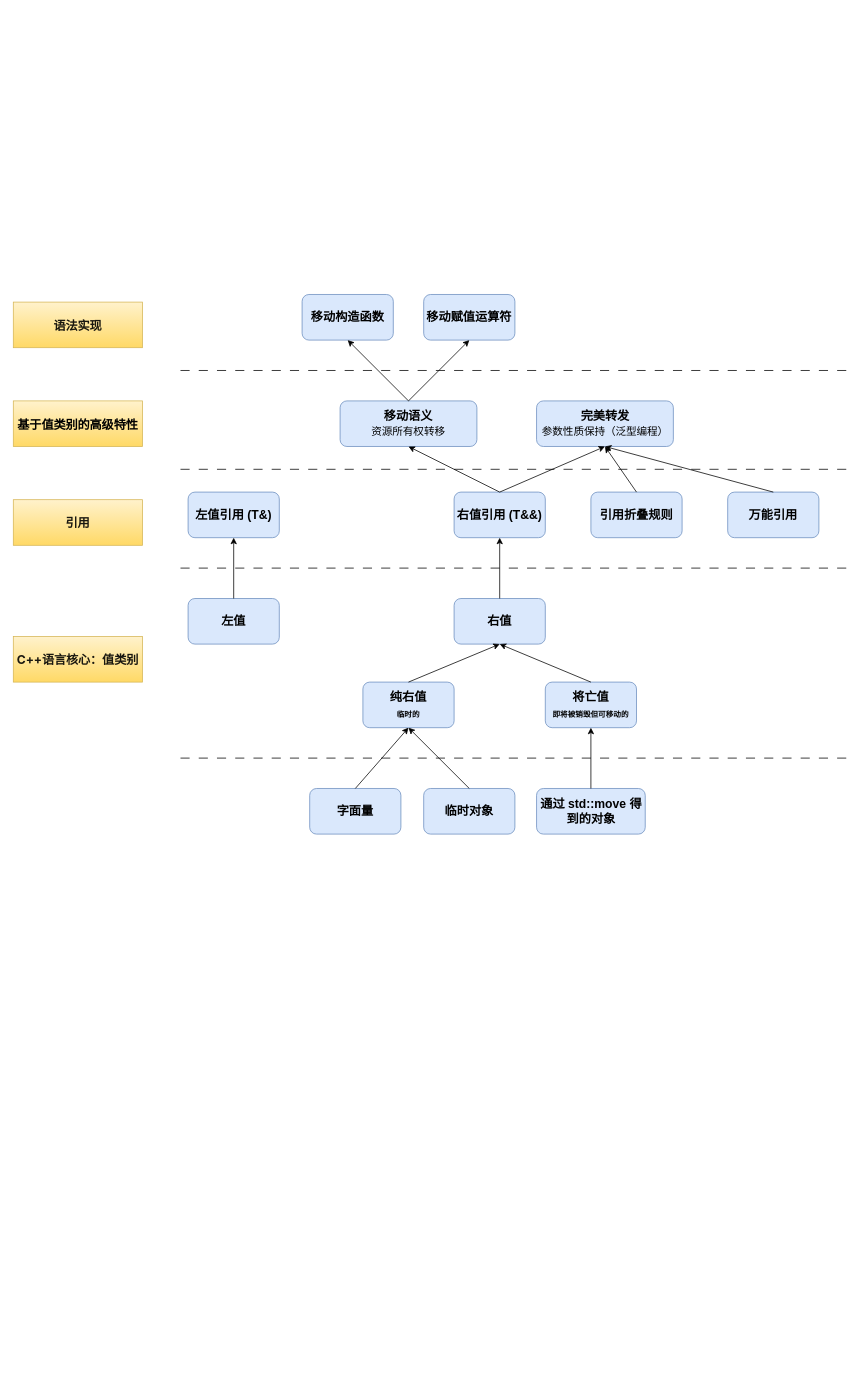
Above: C++原理.drawio in wangxiaokun/mypic (draw.io), before the change. Source tidied: cells renumbered, new cells numbered last; positions are measured from the earlier drawing's top-left corner, leaving out a move shared by most shapes. Both pictures are drawn from the tidied source at 76%, with x=0, y=0 at pixel (13, 294).
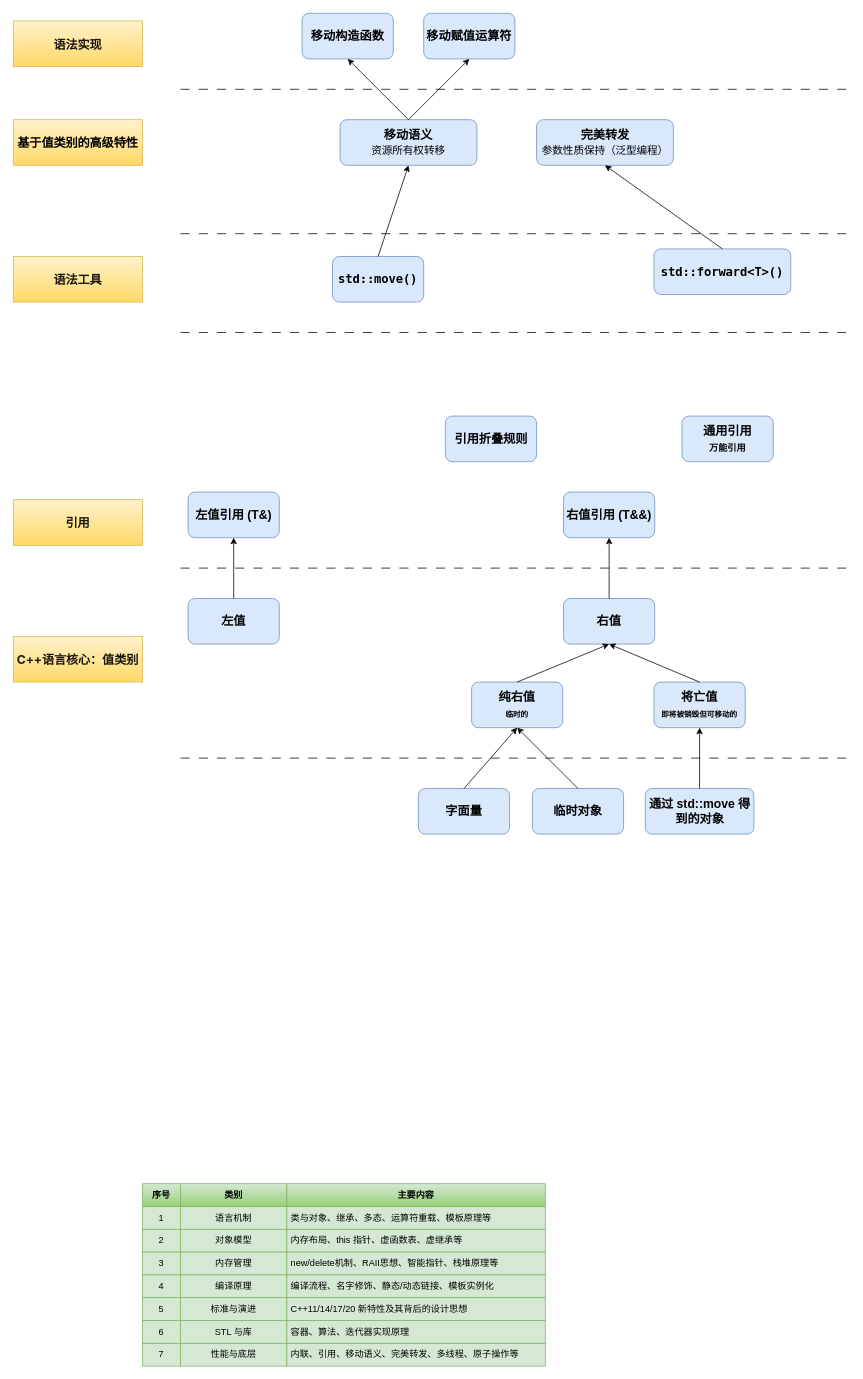
The same diagram, later.

Change to the diagram source:
```diff
@@
     <mxCell id="3" value="右值" style="rounded=1;whiteSpace=wrap;html=1;fillColor=#dae8fc;strokeColor=#6c8ebf;fontSize=16;fontStyle=1;" parent="1" vertex="1">
-      <mxGeometry x="580" y="400" width="120" height="60" as="geometry" />
+      <mxGeometry x="724" y="400" width="120" height="60" as="geometry" />
     </mxCell>
     <mxCell id="4" value="将亡值&lt;div&gt;&lt;font style=&quot;font-size: 10px;&quot;&gt;即将被销毁但可移动的&lt;/font&gt;&lt;/div&gt;" style="rounded=1;whiteSpace=wrap;html=1;fillColor=#dae8fc;strokeColor=#6c8ebf;fontSize=16;fontStyle=1;" parent="1" vertex="1">
-      <mxGeometry x="700" y="510" width="120" height="60" as="geometry" />
+      <mxGeometry x="843" y="510" width="120" height="60" as="geometry" />
     </mxCell>
     <mxCell id="5" value="纯右值&lt;br&gt;&lt;font style=&quot;font-size: 10px;&quot;&gt;临时的&lt;/font&gt;" style="rounded=1;whiteSpace=wrap;html=1;fillColor=#dae8fc;strokeColor=#6c8ebf;fontSize=16;fontStyle=1;" parent="1" vertex="1">
-      <mxGeometry x="460" y="510" width="120" height="60" as="geometry" />
+      <mxGeometry x="603" y="510" width="120" height="60" as="geometry" />
     </mxCell>
@@
     <mxCell id="9" value="右值引用 (T&amp;amp;&amp;amp;)" style="rounded=1;whiteSpace=wrap;html=1;fillColor=#dae8fc;strokeColor=#6c8ebf;fontSize=16;fontStyle=1;" parent="1" vertex="1">
-      <mxGeometry x="580" y="260" width="120" height="60" as="geometry" />
+      <mxGeometry x="724" y="260" width="120" height="60" as="geometry" />
     </mxCell>
     <mxCell id="10" value="完美转发&lt;br&gt;&lt;span style=&quot;font-family: ui-monospace, SFMono-Regular, &amp;quot;SF Mono&amp;quot;, Menlo, Consolas, &amp;quot;Liberation Mono&amp;quot;, monospace; font-size: 14px; font-weight: 400; letter-spacing: -0.16px; text-align: left; white-space: pre;&quot;&gt;参数性质保持（&lt;/span&gt;&lt;span style=&quot;font-family: ui-monospace, SFMono-Regular, &amp;quot;SF Mono&amp;quot;, Menlo, Consolas, &amp;quot;Liberation Mono&amp;quot;, monospace; font-size: 14px; font-weight: 400; letter-spacing: -0.16px; text-align: left; white-space: pre;&quot;&gt;泛型编程&lt;/span&gt;&lt;span style=&quot;font-family: ui-monospace, SFMono-Regular, &amp;quot;SF Mono&amp;quot;, Menlo, Consolas, &amp;quot;Liberation Mono&amp;quot;, monospace; font-size: 14px; font-weight: 400; letter-spacing: -0.16px; text-align: left; white-space: pre;&quot;&gt;）&lt;/span&gt;" style="rounded=1;whiteSpace=wrap;html=1;fillColor=#dae8fc;strokeColor=#6c8ebf;fontSize=16;fontStyle=1;" parent="1" vertex="1">
-      <mxGeometry x="688.5" y="140" width="180" height="60" as="geometry" />
+      <mxGeometry x="688.5" y="-230" width="180" height="60" as="geometry" />
     </mxCell>
     <mxCell id="11" value="移动语义&lt;br&gt;&lt;span style=&quot;font-family: ui-monospace, SFMono-Regular, &amp;quot;SF Mono&amp;quot;, Menlo, Consolas, &amp;quot;Liberation Mono&amp;quot;, monospace; font-size: 14px; font-weight: 400; letter-spacing: -0.16px; text-align: left; white-space: pre;&quot;&gt;资源所有权转移&lt;/span&gt;" style="rounded=1;whiteSpace=wrap;html=1;fillColor=#dae8fc;strokeColor=#6c8ebf;fontSize=16;fontStyle=1;" parent="1" vertex="1">
-      <mxGeometry x="430" y="140" width="180" height="60" as="geometry" />
+      <mxGeometry x="430" y="-230" width="180" height="60" as="geometry" />
     </mxCell>
     <mxCell id="12" value="临时对象" style="rounded=1;whiteSpace=wrap;html=1;fillColor=#dae8fc;strokeColor=#6c8ebf;fontSize=16;fontStyle=1;" parent="1" vertex="1">
-      <mxGeometry x="540" y="650" width="120" height="60" as="geometry" />
+      <mxGeometry x="683" y="650" width="120" height="60" as="geometry" />
     </mxCell>
     <mxCell id="13" value="字面量" style="rounded=1;whiteSpace=wrap;html=1;fillColor=#dae8fc;strokeColor=#6c8ebf;fontSize=16;fontStyle=1;" parent="1" vertex="1">
-      <mxGeometry x="390" y="650" width="120" height="60" as="geometry" />
+      <mxGeometry x="533" y="650" width="120" height="60" as="geometry" />
     </mxCell>
@@
-    <mxCell id="17" style="endArrow=classic;html=1;rounded=0;entryX=0.5;entryY=1;entryDx=0;entryDy=0;exitX=0.5;exitY=0;exitDx=0;exitDy=0;" parent="1" edge="1" source="9" target="11">
-      <mxGeometry relative="1" as="geometry" />
-    </mxCell>
-    <mxCell id="18" style="endArrow=classic;html=1;rounded=0;entryX=0.5;entryY=1;entryDx=0;entryDy=0;exitX=0.5;exitY=0;exitDx=0;exitDy=0;" parent="1" edge="1" source="9" target="10">
-      <mxGeometry relative="1" as="geometry" />
-    </mxCell>
     <mxCell id="19" style="endArrow=none;html=1;rounded=0;dashed=1;dashPattern=12 12;" parent="1" edge="1">
       <mxGeometry relative="1" as="geometry">
-        <mxPoint x="220" y="230" as="sourcePoint" />
-        <mxPoint x="1100" y="230" as="targetPoint" />
+        <mxPoint x="220" y="50" as="sourcePoint" />
+        <mxPoint x="1100" y="50" as="targetPoint" />
       </mxGeometry>
     </mxCell>
@@
     <mxCell id="22" style="endArrow=none;html=1;rounded=0;dashed=1;dashPattern=12 12;" parent="1" edge="1">
       <mxGeometry relative="1" as="geometry">
-        <mxPoint x="220" y="100" as="sourcePoint" />
-        <mxPoint x="1100" y="100" as="targetPoint" />
+        <mxPoint x="220" y="-270" as="sourcePoint" />
+        <mxPoint x="1100" y="-270" as="targetPoint" />
       </mxGeometry>
     </mxCell>
     <mxCell id="23" value="移动构造函数" style="rounded=1;whiteSpace=wrap;html=1;fillColor=#dae8fc;strokeColor=#6c8ebf;fontSize=16;fontStyle=1;" parent="1" vertex="1">
-      <mxGeometry x="380" width="120" height="60" as="geometry" />
+      <mxGeometry x="380" y="-370" width="120" height="60" as="geometry" />
     </mxCell>
     <mxCell id="24" value="移动赋值运算符" style="rounded=1;whiteSpace=wrap;html=1;fillColor=#dae8fc;strokeColor=#6c8ebf;fontSize=16;fontStyle=1;" parent="1" vertex="1">
-      <mxGeometry x="540" width="120" height="60" as="geometry" />
+      <mxGeometry x="540" y="-370" width="120" height="60" as="geometry" />
     </mxCell>
@@
     <mxCell id="27" value="&lt;h3 style=&quot;border: 0px; font-variant-numeric: inherit; font-variant-east-asian: inherit; font-variant-alternates: inherit; font-variant-position: inherit; font-variant-emoji: inherit; font-stretch: inherit; font-size: 16px; line-height: 1.25; font-family: &amp;quot;PingFang SC&amp;quot;, -apple-system, &amp;quot;system-ui&amp;quot;, &amp;quot;Segoe UI&amp;quot;, Roboto, Ubuntu, &amp;quot;Helvetica Neue&amp;quot;, Helvetica, Arial, &amp;quot;Hiragino Sans GB&amp;quot;, &amp;quot;Microsoft YaHei UI&amp;quot;, &amp;quot;Microsoft YaHei&amp;quot;, &amp;quot;Source Han Sans CN&amp;quot;, sans-serif; font-optical-sizing: inherit; font-size-adjust: inherit; font-kerning: inherit; font-feature-settings: inherit; font-variation-settings: inherit; margin: 16px 0px; padding: 0px; vertical-align: baseline; color: rgba(0, 0, 0, 0.9); letter-spacing: -0.16px; text-align: start;&quot;&gt;&lt;span style=&quot;color: rgb(0, 0, 0); letter-spacing: -0.16px;&quot;&gt;基于值类别的高级特性&lt;/span&gt;&lt;/h3&gt;" style="text;html=1;align=center;verticalAlign=middle;whiteSpace=wrap;rounded=0;fillColor=#fff2cc;strokeColor=#d6b656;fontStyle=1;gradientColor=#ffd966;" parent="1" vertex="1">
-      <mxGeometry y="140" width="170" height="60" as="geometry" />
+      <mxGeometry y="-230" width="170" height="60" as="geometry" />
     </mxCell>
     <mxCell id="28" value="&lt;h3 style=&quot;border: 0px; font-variant-numeric: inherit; font-variant-east-asian: inherit; font-variant-alternates: inherit; font-variant-position: inherit; font-variant-emoji: inherit; font-stretch: inherit; font-size: 16px; line-height: 1.25; font-family: &amp;quot;PingFang SC&amp;quot;, -apple-system, &amp;quot;system-ui&amp;quot;, &amp;quot;Segoe UI&amp;quot;, Roboto, Ubuntu, &amp;quot;Helvetica Neue&amp;quot;, Helvetica, Arial, &amp;quot;Hiragino Sans GB&amp;quot;, &amp;quot;Microsoft YaHei UI&amp;quot;, &amp;quot;Microsoft YaHei&amp;quot;, &amp;quot;Source Han Sans CN&amp;quot;, sans-serif; font-optical-sizing: inherit; font-size-adjust: inherit; font-kerning: inherit; font-feature-settings: inherit; font-variation-settings: inherit; margin: 16px 0px; padding: 0px; vertical-align: baseline; color: rgba(0, 0, 0, 0.9); letter-spacing: -0.16px; text-align: start;&quot;&gt;&lt;span&gt;语法实现&lt;/span&gt;&lt;/h3&gt;" style="text;html=1;align=center;verticalAlign=middle;whiteSpace=wrap;rounded=0;fillColor=#fff2cc;strokeColor=#d6b656;gradientColor=#ffd966;" parent="1" vertex="1">
-      <mxGeometry y="10" width="170" height="60" as="geometry" />
+      <mxGeometry y="-360" width="170" height="60" as="geometry" />
     </mxCell>
     <mxCell id="29" value="引用折叠规则" style="rounded=1;whiteSpace=wrap;html=1;fillColor=#dae8fc;strokeColor=#6c8ebf;fontSize=16;fontStyle=1;" parent="1" vertex="1">
-      <mxGeometry x="760" y="260" width="120" height="60" as="geometry" />
+      <mxGeometry x="568.5" y="160" width="120" height="60" as="geometry" />
     </mxCell>
-    <mxCell id="30" value="万能引用" style="rounded=1;whiteSpace=wrap;html=1;fillColor=#dae8fc;strokeColor=#6c8ebf;fontSize=16;fontStyle=1;" parent="1" vertex="1">
-      <mxGeometry x="940" y="260" width="120" height="60" as="geometry" />
+    <mxCell id="30" value="通用引用&lt;br&gt;&lt;font style=&quot;font-size: 12px;&quot;&gt;万能引用&lt;/font&gt;" style="rounded=1;whiteSpace=wrap;html=1;fillColor=#dae8fc;strokeColor=#6c8ebf;fontSize=16;fontStyle=1;" parent="1" vertex="1">
+      <mxGeometry x="880" y="160" width="120" height="60" as="geometry" />
     </mxCell>
-    <mxCell id="31" style="endArrow=classic;html=1;rounded=0;entryX=0.5;entryY=1;entryDx=0;entryDy=0;exitX=0.5;exitY=0;exitDx=0;exitDy=0;" parent="1" edge="1" source="29" target="10">
-      <mxGeometry relative="1" as="geometry" />
-    </mxCell>
-    <mxCell id="32" style="endArrow=classic;html=1;rounded=0;entryX=0.5;entryY=1;entryDx=0;entryDy=0;exitX=0.5;exitY=0;exitDx=0;exitDy=0;" parent="1" edge="1" source="30" target="10">
-      <mxGeometry relative="1" as="geometry" />
-    </mxCell>
@@
     <mxCell id="36" value="通过 std::move 得到的对象" style="rounded=1;whiteSpace=wrap;html=1;fillColor=#dae8fc;strokeColor=#6c8ebf;fontSize=16;fontStyle=1;" parent="1" vertex="1">
-      <mxGeometry x="688.5" y="650" width="143" height="60" as="geometry" />
+      <mxGeometry x="831.5" y="650" width="143" height="60" as="geometry" />
     </mxCell>
@@
+    <mxCell id="38" style="endArrow=none;html=1;rounded=0;dashed=1;dashPattern=12 12;" parent="1" edge="1">
+      <mxGeometry relative="1" as="geometry">
+        <mxPoint x="220" y="-80" as="sourcePoint" />
+        <mxPoint x="1100" y="-80" as="targetPoint" />
+      </mxGeometry>
+    </mxCell>
+    <mxCell id="39" value="&lt;h3 style=&quot;border: 0px; font-variant-numeric: inherit; font-variant-east-asian: inherit; font-variant-alternates: inherit; font-variant-position: inherit; font-variant-emoji: inherit; font-stretch: inherit; font-size: 16px; line-height: 1.25; font-family: &amp;quot;PingFang SC&amp;quot;, -apple-system, &amp;quot;system-ui&amp;quot;, &amp;quot;Segoe UI&amp;quot;, Roboto, Ubuntu, &amp;quot;Helvetica Neue&amp;quot;, Helvetica, Arial, &amp;quot;Hiragino Sans GB&amp;quot;, &amp;quot;Microsoft YaHei UI&amp;quot;, &amp;quot;Microsoft YaHei&amp;quot;, &amp;quot;Source Han Sans CN&amp;quot;, sans-serif; font-optical-sizing: inherit; font-size-adjust: inherit; font-kerning: inherit; font-feature-settings: inherit; font-variation-settings: inherit; margin: 16px 0px; padding: 0px; vertical-align: baseline; letter-spacing: -0.16px; text-align: start; color: rgba(0, 0, 0, 0.9);&quot;&gt;语法工具&lt;/h3&gt;" style="text;html=1;align=center;verticalAlign=middle;whiteSpace=wrap;rounded=0;fillColor=#fff2cc;strokeColor=#d6b656;fontStyle=1;gradientColor=#ffd966;" parent="1" vertex="1">
+      <mxGeometry y="-50" width="170" height="60" as="geometry" />
+    </mxCell>
+    <mxCell id="40" value="&lt;span style=&quot;font-family: ui-monospace, SFMono-Regular, &amp;quot;SF Mono&amp;quot;, Menlo, Consolas, &amp;quot;Liberation Mono&amp;quot;, monospace; letter-spacing: -0.16px; text-align: left; white-space-collapse: break-spaces;&quot;&gt;&lt;font&gt;std::move()&lt;/font&gt;&lt;/span&gt;" style="rounded=1;whiteSpace=wrap;html=1;fillColor=#dae8fc;strokeColor=#6c8ebf;fontSize=16;fontStyle=1;" parent="1" vertex="1">
+      <mxGeometry x="420" y="-50" width="120" height="60" as="geometry" />
+    </mxCell>
+    <mxCell id="41" value="&lt;span style=&quot;font-family: ui-monospace, SFMono-Regular, &amp;quot;SF Mono&amp;quot;, Menlo, Consolas, &amp;quot;Liberation Mono&amp;quot;, monospace; letter-spacing: -0.16px; text-align: left; white-space-collapse: break-spaces;&quot;&gt;&lt;font&gt;std::forward&amp;lt;T&amp;gt;()&lt;/font&gt;&lt;/span&gt;" style="rounded=1;whiteSpace=wrap;html=1;fillColor=#dae8fc;strokeColor=#6c8ebf;fontSize=16;fontStyle=1;" parent="1" vertex="1">
+      <mxGeometry x="843" y="-60" width="180" height="60" as="geometry" />
+    </mxCell>
+    <mxCell id="42" style="endArrow=classic;html=1;rounded=0;entryX=0.5;entryY=1;entryDx=0;entryDy=0;exitX=0.5;exitY=0;exitDx=0;exitDy=0;" parent="1" edge="1" source="41" target="10">
+      <mxGeometry relative="1" as="geometry" />
+    </mxCell>
+    <mxCell id="43" style="endArrow=classic;html=1;rounded=0;entryX=0.5;entryY=1;entryDx=0;entryDy=0;exitX=0.5;exitY=0;exitDx=0;exitDy=0;" parent="1" edge="1" source="40" target="11">
+      <mxGeometry relative="1" as="geometry" />
+    </mxCell>
+    <mxCell id="44" value="语言机制" style="rounded=0;whiteSpace=wrap;html=1;fillColor=#d5e8d4;strokeColor=#82b366;" parent="1" vertex="1">
+      <mxGeometry x="220" y="1200" width="140" height="30" as="geometry" />
+    </mxCell>
+    <mxCell id="45" value="对象模型" style="rounded=0;whiteSpace=wrap;html=1;fillColor=#d5e8d4;strokeColor=#82b366;" parent="1" vertex="1">
+      <mxGeometry x="220" y="1230" width="140" height="30" as="geometry" />
+    </mxCell>
+    <mxCell id="46" value="内存管理" style="rounded=0;whiteSpace=wrap;html=1;fillColor=#d5e8d4;strokeColor=#82b366;" parent="1" vertex="1">
+      <mxGeometry x="220" y="1260" width="140" height="30" as="geometry" />
+    </mxCell>
+    <mxCell id="47" value="编译原理" style="rounded=0;whiteSpace=wrap;html=1;fillColor=#d5e8d4;strokeColor=#82b366;" parent="1" vertex="1">
+      <mxGeometry x="220" y="1290" width="140" height="30" as="geometry" />
+    </mxCell>
+    <mxCell id="48" value="&amp;nbsp;类与对象、继承、多态、运算符重载、模板原理等" style="rounded=0;whiteSpace=wrap;html=1;align=left;fillColor=#d5e8d4;strokeColor=#82b366;" parent="1" vertex="1">
+      <mxGeometry x="360" y="1200" width="340" height="30" as="geometry" />
+    </mxCell>
+    <mxCell id="49" value="&amp;nbsp;内存布局、this 指针、虚函数表、虚继承等" style="rounded=0;whiteSpace=wrap;html=1;align=left;fillColor=#d5e8d4;strokeColor=#82b366;" parent="1" vertex="1">
+      <mxGeometry x="360" y="1230" width="340" height="30" as="geometry" />
+    </mxCell>
+    <mxCell id="50" value="&amp;nbsp;new/delete机制、RAII思想、智能指针、栈堆原理等" style="rounded=0;whiteSpace=wrap;html=1;align=left;fillColor=#d5e8d4;strokeColor=#82b366;" parent="1" vertex="1">
+      <mxGeometry x="360" y="1260" width="340" height="30" as="geometry" />
+    </mxCell>
+    <mxCell id="51" value="&amp;nbsp;编译流程、名字修饰、静态/动态链接、模板实例化" style="rounded=0;whiteSpace=wrap;html=1;align=left;fillColor=#d5e8d4;strokeColor=#82b366;" parent="1" vertex="1">
+      <mxGeometry x="360" y="1290" width="340" height="30" as="geometry" />
+    </mxCell>
+    <mxCell id="52" value="类别" style="rounded=0;whiteSpace=wrap;html=1;fillColor=#d5e8d4;strokeColor=#82b366;gradientColor=#97d077;fontStyle=1;" parent="1" vertex="1">
+      <mxGeometry x="220" y="1170" width="140" height="30" as="geometry" />
+    </mxCell>
+    <mxCell id="53" value="主要内容" style="rounded=0;whiteSpace=wrap;html=1;fillColor=#d5e8d4;strokeColor=#82b366;align=center;gradientColor=#97d077;fontStyle=1;" parent="1" vertex="1">
+      <mxGeometry x="360" y="1170" width="340" height="30" as="geometry" />
+    </mxCell>
+    <mxCell id="54" value="1" style="rounded=0;whiteSpace=wrap;html=1;fillColor=#d5e8d4;strokeColor=#82b366;" parent="1" vertex="1">
+      <mxGeometry x="170" y="1200" width="50" height="30" as="geometry" />
+    </mxCell>
+    <mxCell id="55" value="2" style="rounded=0;whiteSpace=wrap;html=1;fillColor=#d5e8d4;strokeColor=#82b366;" parent="1" vertex="1">
+      <mxGeometry x="170" y="1230" width="50" height="30" as="geometry" />
+    </mxCell>
+    <mxCell id="56" value="3" style="rounded=0;whiteSpace=wrap;html=1;fillColor=#d5e8d4;strokeColor=#82b366;" parent="1" vertex="1">
+      <mxGeometry x="170" y="1260" width="50" height="30" as="geometry" />
+    </mxCell>
+    <mxCell id="57" value="4" style="rounded=0;whiteSpace=wrap;html=1;fillColor=#d5e8d4;strokeColor=#82b366;" parent="1" vertex="1">
+      <mxGeometry x="170" y="1290" width="50" height="30" as="geometry" />
+    </mxCell>
+    <mxCell id="58" value="序号" style="rounded=0;whiteSpace=wrap;html=1;fillColor=#d5e8d4;strokeColor=#82b366;gradientColor=#97d077;fontStyle=1;" parent="1" vertex="1">
+      <mxGeometry x="170" y="1170" width="50" height="30" as="geometry" />
+    </mxCell>
+    <mxCell id="59" value="标准与演进" style="rounded=0;whiteSpace=wrap;html=1;fillColor=#d5e8d4;strokeColor=#82b366;" parent="1" vertex="1">
+      <mxGeometry x="220" y="1320" width="140" height="30" as="geometry" />
+    </mxCell>
+    <mxCell id="60" value="&amp;nbsp;C++11/14/17/20 新特性及其背后的设计思想" style="rounded=0;whiteSpace=wrap;html=1;align=left;fillColor=#d5e8d4;strokeColor=#82b366;" parent="1" vertex="1">
+      <mxGeometry x="360" y="1320" width="340" height="30" as="geometry" />
+    </mxCell>
+    <mxCell id="61" value="5" style="rounded=0;whiteSpace=wrap;html=1;fillColor=#d5e8d4;strokeColor=#82b366;" parent="1" vertex="1">
+      <mxGeometry x="170" y="1320" width="50" height="30" as="geometry" />
+    </mxCell>
+    <mxCell id="62" value="STL 与库" style="rounded=0;whiteSpace=wrap;html=1;fillColor=#d5e8d4;strokeColor=#82b366;" parent="1" vertex="1">
+      <mxGeometry x="220" y="1350" width="140" height="30" as="geometry" />
+    </mxCell>
+    <mxCell id="63" value="&amp;nbsp;容器、算法、迭代器实现原理" style="rounded=0;whiteSpace=wrap;html=1;align=left;fillColor=#d5e8d4;strokeColor=#82b366;" parent="1" vertex="1">
+      <mxGeometry x="360" y="1350" width="340" height="30" as="geometry" />
+    </mxCell>
+    <mxCell id="64" value="6" style="rounded=0;whiteSpace=wrap;html=1;fillColor=#d5e8d4;strokeColor=#82b366;" parent="1" vertex="1">
+      <mxGeometry x="170" y="1350" width="50" height="30" as="geometry" />
+    </mxCell>
+    <mxCell id="65" value="性能与底层" style="rounded=0;whiteSpace=wrap;html=1;fillColor=#d5e8d4;strokeColor=#82b366;" parent="1" vertex="1">
+      <mxGeometry x="220" y="1380" width="140" height="30" as="geometry" />
+    </mxCell>
+    <mxCell id="66" value="&amp;nbsp;内联、引用、移动语义、完美转发、多线程、原子操作等" style="rounded=0;whiteSpace=wrap;html=1;align=left;fillColor=#d5e8d4;strokeColor=#82b366;" parent="1" vertex="1">
+      <mxGeometry x="360" y="1380" width="340" height="30" as="geometry" />
+    </mxCell>
+    <mxCell id="67" value="7" style="rounded=0;whiteSpace=wrap;html=1;fillColor=#d5e8d4;strokeColor=#82b366;" parent="1" vertex="1">
+      <mxGeometry x="170" y="1380" width="50" height="30" as="geometry" />
+    </mxCell>
```
